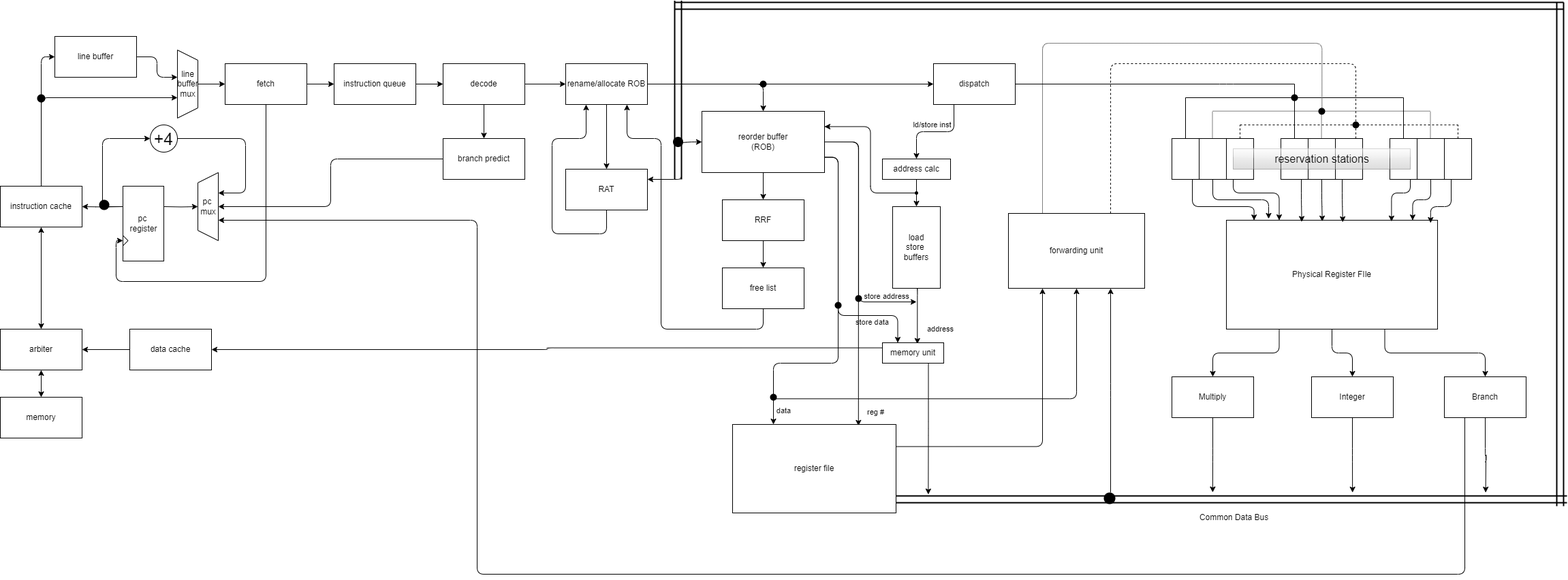
Above: mp_ooo/docs/datapath/CP1_datapath.png in sairajshetye/RISC-CDXI-CPU (draw.io), before the change. Source tidied: cells renumbered, new cells last; positions are measured from the earlier drawing's top-left corner, leaving out a move shared by most shapes.
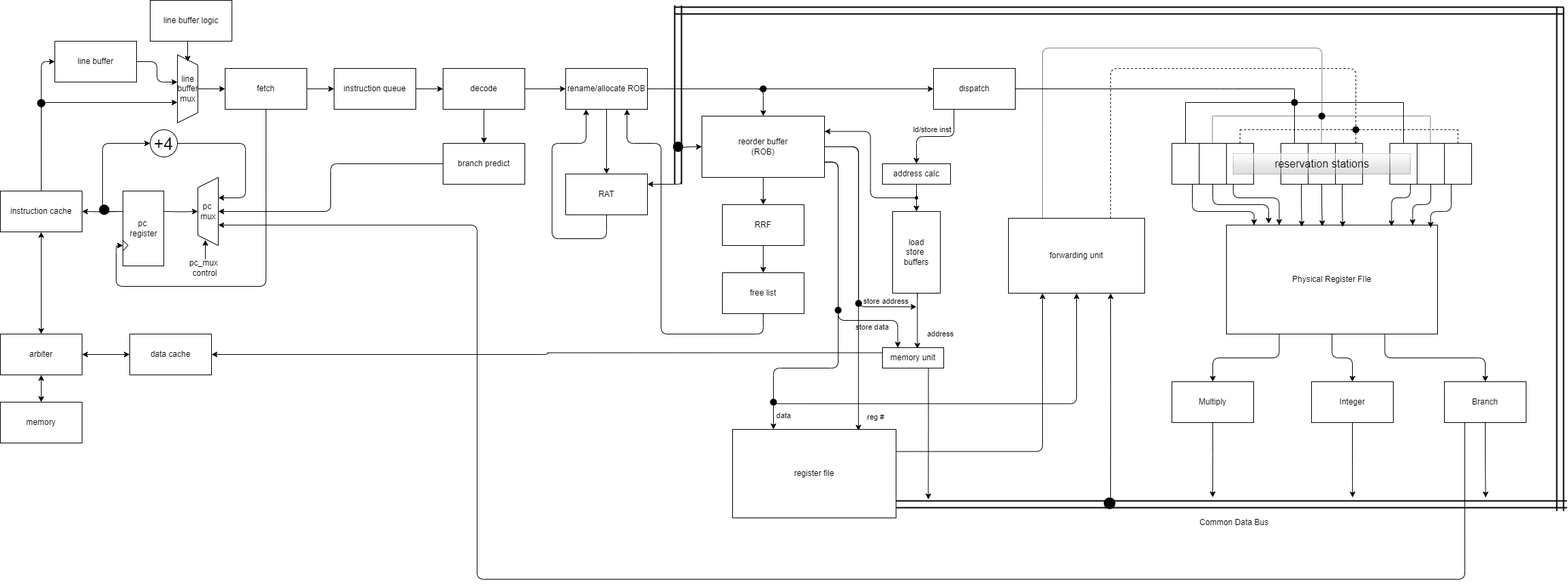
Later version of the same file.

Change to the diagram source:
```diff
@@ -11,7 +11,7 @@
         </Array>
       </mxGeometry>
     </mxCell>
-    <mxCell id="3" value="pc&amp;nbsp;&lt;div&gt;mux&lt;/div&gt;" style="externalPins=0;shadow=0;dashed=0;align=center;html=1;strokeWidth=1;shape=mxgraph.rtl.abstract.entity;kind=mux;drawPins=0;left=4;right=1;bottom=0;top=0;direction=west;points=[[0,0,0,0,30],[0,0,0,0,50],[0,0,0,0,70],[0,0,0,30,50]];" parent="1" vertex="1">
+    <mxCell id="3" value="pc&amp;nbsp;&lt;div&gt;mux&lt;/div&gt;" style="externalPins=0;shadow=0;dashed=0;align=center;html=1;strokeWidth=1;shape=mxgraph.rtl.abstract.entity;kind=mux;drawPins=0;left=4;right=1;bottom=0;top=0;direction=west;points=[[0,0,0,0,30],[0,0,0,0,50],[0,0,0,0,70],[0,0,0,30,50],[0.5,0.92,0,0,0]];" parent="1" vertex="1">
       <mxGeometry x="370" y="252" width="30" height="100" as="geometry" />
     </mxCell>
     <mxCell id="4" style="edgeStyle=orthogonalEdgeStyle;html=1;exitX=0.5;exitY=1;exitDx=0;exitDy=0;entryX=1;entryY=0.5;entryDx=0;entryDy=0;" parent="1" edge="1" target="9">
@@ -67,7 +67,7 @@
     <mxCell id="18" value="memory" style="rounded=0;whiteSpace=wrap;html=1;" parent="1" vertex="1">
       <mxGeometry x="80" y="582" width="120" height="60" as="geometry" />
     </mxCell>
-    <mxCell id="19" style="edgeStyle=orthogonalEdgeStyle;html=1;exitX=0;exitY=0.5;exitDx=0;exitDy=0;fontFamily=Helvetica;fontSize=12;fontColor=default;" parent="1" edge="1" source="20" target="17">
+    <mxCell id="19" style="edgeStyle=orthogonalEdgeStyle;html=1;exitX=0;exitY=0.5;exitDx=0;exitDy=0;fontFamily=Helvetica;fontSize=12;fontColor=default;startArrow=classic;startFill=1;" parent="1" edge="1" source="20" target="17">
       <mxGeometry relative="1" as="geometry" />
     </mxCell>
     <mxCell id="20" value="data cache" style="rounded=0;whiteSpace=wrap;html=1;" parent="1" vertex="1">
@@ -531,5 +531,22 @@
     <mxCell id="121" style="externalPins=0;ellipse;whiteSpace=wrap;html=1;fillColor=#000000;strokeColor=none;noLabel=1;perimeter=none;align=center;verticalAlign=middle;fontFamily=Helvetica;fontSize=12;fontColor=default;rotation=0;" parent="1" vertex="1">
       <mxGeometry x="1067.5" y="199.5" width="15" height="15" as="geometry" />
     </mxCell>
+    <mxCell id="122" style="edgeStyle=none;jettySize=auto;html=1;fontFamily=Helvetica;fontSize=12;fontColor=default;exitX=0.633;exitY=0.082;exitDx=0;exitDy=0;exitPerimeter=0;startArrow=classic;startFill=1;endArrow=none;endFill=0;" parent="1" edge="1" source="3">
+      <mxGeometry relative="1" as="geometry">
+        <mxPoint x="381" y="372" as="targetPoint" />
+      </mxGeometry>
+    </mxCell>
+    <mxCell id="123" value="pc_mux&amp;nbsp;&lt;div&gt;control&lt;/div&gt;" style="text;html=1;align=center;verticalAlign=middle;strokeColor=none;fillColor=none;fontFamily=Helvetica;fontSize=12;fontColor=default;" parent="1" vertex="1">
+      <mxGeometry x="345" y="365" width="70" height="40" as="geometry" />
+    </mxCell>
+    <mxCell id="124" style="edgeStyle=none;orthogonalLoop=1;jettySize=auto;html=1;fontFamily=Helvetica;fontSize=12;fontColor=default;" parent="1" edge="1">
+      <mxGeometry relative="1" as="geometry">
+        <mxPoint x="355" y="52" as="sourcePoint" />
+        <mxPoint x="355" y="82" as="targetPoint" />
+      </mxGeometry>
+    </mxCell>
+    <mxCell id="125" value="line buffer logic" style="rounded=0;whiteSpace=wrap;html=1;strokeColor=default;align=center;verticalAlign=middle;fontFamily=Helvetica;fontSize=12;fontColor=default;fillColor=default;" parent="1" vertex="1">
+      <mxGeometry x="300" y="-8" width="120" height="60" as="geometry" />
+    </mxCell>
   </root>
 </mxGraphModel>
```
